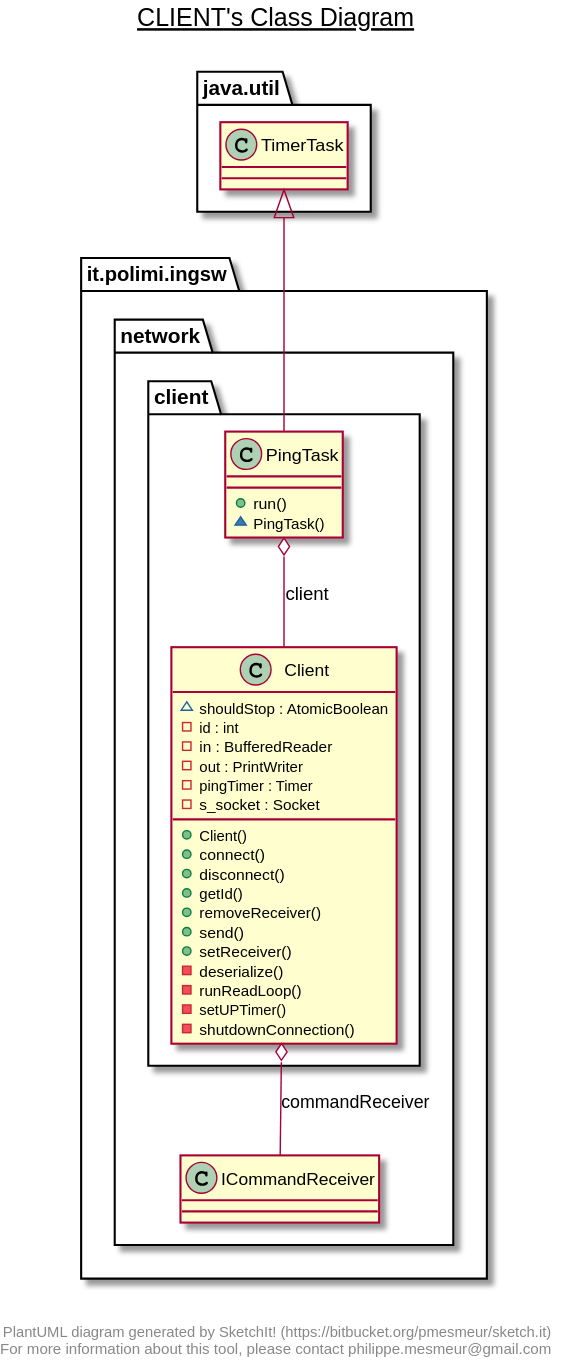
This is deliverables/uml/complete/client.svg from rickycorte/ing-sw-2020-attorre-burduja-cortelazzo, a PlantUML export, as it was before one commit.
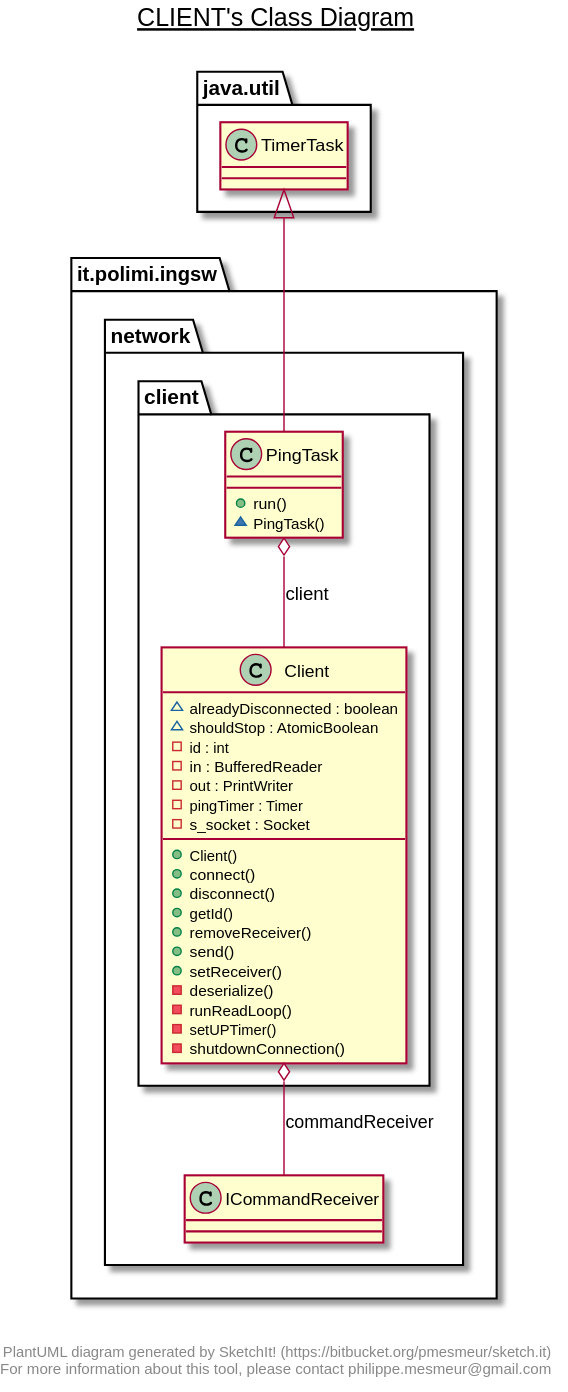
Later version of the same file.

Change to the diagram source:
```diff
@@ -6,6 +6,7 @@
     namespace network {
       namespace client {
         class it.polimi.ingsw.network.client.Client {
+            ~ alreadyDisconnected : boolean
             ~ shouldStop : AtomicBoolean
             - id : int
             - in : BufferedReader
```
